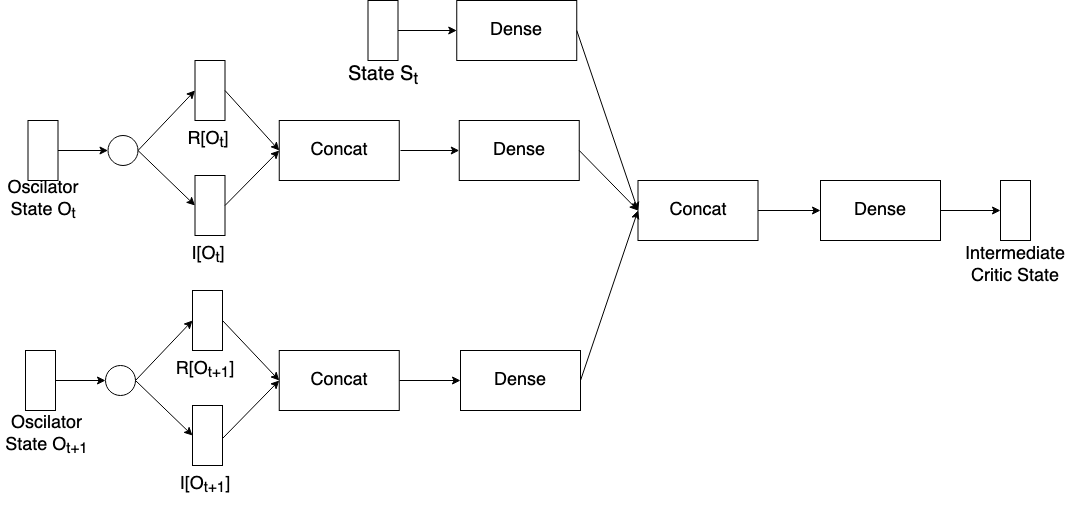
Before: images/critic_state_gen.png, a diagram exported from draw.io (shandilya1998/CPGController). Source tidied: cells renumbered, new cells last; positions are measured from the earlier drawing's top-left corner, leaving out a move shared by most shapes.
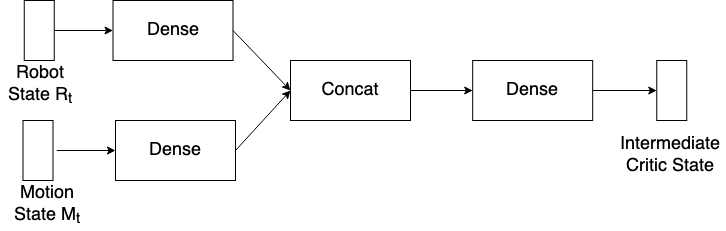
After the commit.

The edit, as a diff of the source:
```diff
@@ -2,140 +2,55 @@
   <root>
     <mxCell id="0" />
     <mxCell id="1" parent="0" />
-    <mxCell id="2" value="&lt;font style=&quot;font-size: 18px&quot;&gt;Oscilator &lt;font style=&quot;font-size: 18px&quot;&gt;State O&lt;sub&gt;t&lt;/sub&gt;&lt;br&gt;&lt;/font&gt;&lt;/font&gt;" style="text;html=1;strokeColor=none;fillColor=none;align=center;verticalAlign=middle;whiteSpace=wrap;rounded=0;" parent="1" vertex="1">
-      <mxGeometry x="2.5" y="180" width="80" height="40" as="geometry" />
+    <mxCell id="2" value="&lt;font style=&quot;font-size: 18px&quot;&gt;Motion State M&lt;sub&gt;t&lt;/sub&gt;&lt;/font&gt;" style="text;html=1;strokeColor=none;fillColor=none;align=center;verticalAlign=middle;whiteSpace=wrap;rounded=0;" parent="1" vertex="1">
+      <mxGeometry x="252.5" y="400" width="80" height="50" as="geometry" />
     </mxCell>
-    <mxCell id="3" style="edgeStyle=orthogonalEdgeStyle;rounded=0;jettySize=auto;html=1;strokeWidth=1;" parent="1" edge="1" source="4" target="12">
-      <mxGeometry relative="1" as="geometry" />
+    <mxCell id="3" style="rounded=0;whiteSpace=wrap;html=1;" parent="1" vertex="1">
+      <mxGeometry x="267.5" y="340" width="30" height="60" as="geometry" />
     </mxCell>
-    <mxCell id="4" style="rounded=0;whiteSpace=wrap;html=1;" parent="1" vertex="1">
-      <mxGeometry x="27.5" y="120" width="30" height="60" as="geometry" />
+    <mxCell id="4" style="edgeStyle=orthogonalEdgeStyle;rounded=0;jettySize=auto;html=1;strokeWidth=1;" parent="1" edge="1" source="5" target="6">
+      <mxGeometry relative="1" as="geometry" />
     </mxCell>
-    <mxCell id="5" style="edgeStyle=orthogonalEdgeStyle;rounded=0;jettySize=auto;html=1;strokeWidth=1;" parent="1" edge="1" source="6" target="8">
-      <mxGeometry relative="1" as="geometry" />
+    <mxCell id="5" style="rounded=0;whiteSpace=wrap;html=1;" parent="1" vertex="1">
+      <mxGeometry x="268.8" y="220" width="30" height="60" as="geometry" />
     </mxCell>
-    <mxCell id="6" style="rounded=0;whiteSpace=wrap;html=1;" parent="1" vertex="1">
-      <mxGeometry x="367.5" width="30" height="60" as="geometry" />
+    <mxCell id="6" value="&lt;font style=&quot;font-size: 18px&quot;&gt;Dense&lt;/font&gt;" style="rounded=0;whiteSpace=wrap;html=1;" parent="1" vertex="1">
+      <mxGeometry x="357.5" y="220" width="120" height="60" as="geometry" />
     </mxCell>
-    <mxCell id="7" value="&lt;font style=&quot;font-size: 20px&quot;&gt;State&lt;/font&gt;&lt;font style=&quot;font-size: 20px&quot;&gt; S&lt;sub&gt;t&lt;/sub&gt;&lt;br&gt;&lt;/font&gt;" style="text;html=1;strokeColor=none;fillColor=none;align=center;verticalAlign=middle;whiteSpace=wrap;rounded=0;" parent="1" vertex="1">
-      <mxGeometry x="343.8" y="60" width="77.5" height="30" as="geometry" />
+    <mxCell id="7" value="&lt;font style=&quot;font-size: 18px&quot;&gt;Dense&lt;/font&gt;" style="rounded=0;whiteSpace=wrap;html=1;" parent="1" vertex="1">
+      <mxGeometry x="360" y="340" width="120" height="60" as="geometry" />
     </mxCell>
-    <mxCell id="8" value="&lt;font style=&quot;font-size: 18px&quot;&gt;Dense&lt;/font&gt;" style="rounded=0;whiteSpace=wrap;html=1;" parent="1" vertex="1">
-      <mxGeometry x="456.2" width="120" height="60" as="geometry" />
+    <mxCell id="8" style="edgeStyle=orthogonalEdgeStyle;rounded=0;jettySize=auto;html=1;strokeWidth=1;" parent="1" edge="1" target="7">
+      <mxGeometry relative="1" as="geometry">
+        <mxPoint x="301.2" y="370" as="sourcePoint" />
+      </mxGeometry>
     </mxCell>
-    <mxCell id="9" value="&lt;font style=&quot;font-size: 18px&quot;&gt;Dense&lt;/font&gt;" style="rounded=0;whiteSpace=wrap;html=1;" parent="1" vertex="1">
-      <mxGeometry x="458.8" y="120" width="120" height="60" as="geometry" />
+    <mxCell id="9" style="edgeStyle=orthogonalEdgeStyle;rounded=0;jettySize=auto;html=1;strokeWidth=1;" parent="1" edge="1" source="10" target="14">
+      <mxGeometry relative="1" as="geometry" />
     </mxCell>
-    <mxCell id="10" value="&lt;font style=&quot;font-size: 18px&quot;&gt;R[&lt;font style=&quot;font-size: 18px&quot;&gt;O&lt;sub&gt;t&lt;/sub&gt;]&lt;br&gt;&lt;/font&gt;&lt;/font&gt;" style="text;html=1;strokeColor=none;fillColor=none;align=center;verticalAlign=middle;whiteSpace=wrap;rounded=0;" parent="1" vertex="1">
-      <mxGeometry x="167.5" y="120" width="80" height="40" as="geometry" />
+    <mxCell id="10" value="&lt;font style=&quot;font-size: 18px&quot;&gt;Concat&lt;/font&gt;" style="rounded=0;whiteSpace=wrap;html=1;" parent="1" vertex="1">
+      <mxGeometry x="535" y="280" width="120" height="60" as="geometry" />
     </mxCell>
-    <mxCell id="11" style="rounded=0;whiteSpace=wrap;html=1;" parent="1" vertex="1">
-      <mxGeometry x="194.5" y="60" width="30" height="60" as="geometry" />
+    <mxCell id="11" style="endArrow=classic;html=1;strokeWidth=1;exitX=1;exitY=0.5;exitDx=0;exitDy=0;entryX=0;entryY=0.5;entryDx=0;entryDy=0;" parent="1" edge="1" source="6" target="10">
+      <mxGeometry relative="1" as="geometry" />
     </mxCell>
-    <mxCell id="12" style="ellipse;whiteSpace=wrap;html=1;" parent="1" vertex="1">
-      <mxGeometry x="107.5" y="135" width="30" height="30" as="geometry" />
+    <mxCell id="12" style="endArrow=classic;html=1;strokeWidth=1;exitX=1;exitY=0.5;exitDx=0;exitDy=0;entryX=0;entryY=0.5;entryDx=0;entryDy=0;" parent="1" edge="1" source="7" target="10">
+      <mxGeometry relative="1" as="geometry" />
     </mxCell>
-    <mxCell id="13" value="&lt;font style=&quot;font-size: 18px&quot;&gt;I[&lt;font style=&quot;font-size: 18px&quot;&gt;O&lt;sub&gt;t&lt;/sub&gt;]&lt;br&gt;&lt;/font&gt;&lt;/font&gt;" style="text;html=1;strokeColor=none;fillColor=none;align=center;verticalAlign=middle;whiteSpace=wrap;rounded=0;" parent="1" vertex="1">
-      <mxGeometry x="167.5" y="235" width="80" height="40" as="geometry" />
+    <mxCell id="13" style="edgeStyle=orthogonalEdgeStyle;rounded=0;jettySize=auto;html=1;strokeWidth=1;" parent="1" edge="1" source="14" target="15">
+      <mxGeometry relative="1" as="geometry" />
     </mxCell>
-    <mxCell id="14" style="rounded=0;whiteSpace=wrap;html=1;" parent="1" vertex="1">
-      <mxGeometry x="194.5" y="175" width="30" height="60" as="geometry" />
+    <mxCell id="14" value="&lt;font style=&quot;font-size: 18px&quot;&gt;Dense&lt;/font&gt;" style="rounded=0;whiteSpace=wrap;html=1;" parent="1" vertex="1">
+      <mxGeometry x="717.2" y="280" width="120" height="60" as="geometry" />
     </mxCell>
-    <mxCell id="15" style="endArrow=classic;html=1;strokeWidth=1;exitX=1;exitY=0.5;exitDx=0;exitDy=0;entryX=0;entryY=0.5;entryDx=0;entryDy=0;" parent="1" edge="1" source="12" target="11">
-      <mxGeometry relative="1" as="geometry" />
+    <mxCell id="15" style="rounded=0;whiteSpace=wrap;html=1;" parent="1" vertex="1">
+      <mxGeometry x="901.2" y="280" width="30" height="60" as="geometry" />
     </mxCell>
-    <mxCell id="16" style="endArrow=classic;html=1;strokeWidth=1;exitX=1;exitY=0.5;exitDx=0;exitDy=0;entryX=0;entryY=0.5;entryDx=0;entryDy=0;" parent="1" edge="1" source="12" target="14">
-      <mxGeometry relative="1" as="geometry" />
+    <mxCell id="16" value="&lt;font style=&quot;font-size: 18px&quot;&gt;Intermediate Critic State&lt;br&gt;&lt;/font&gt;" style="text;html=1;strokeColor=none;fillColor=none;align=center;verticalAlign=middle;whiteSpace=wrap;rounded=0;" parent="1" vertex="1">
+      <mxGeometry x="860" y="350" width="110" height="50" as="geometry" />
     </mxCell>
-    <mxCell id="17" value="&lt;font style=&quot;font-size: 18px&quot;&gt;Oscilator &lt;font style=&quot;font-size: 18px&quot;&gt;State O&lt;sub&gt;t+1&lt;/sub&gt;&lt;br&gt;&lt;/font&gt;&lt;/font&gt;" style="text;html=1;strokeColor=none;fillColor=none;align=center;verticalAlign=middle;whiteSpace=wrap;rounded=0;" parent="1" vertex="1">
-      <mxGeometry y="410" width="92.5" height="50" as="geometry" />
+    <mxCell id="17" value="&lt;font style=&quot;font-size: 18px&quot;&gt;Robot State R&lt;sub&gt;t&lt;/sub&gt;&lt;/font&gt;" style="text;html=1;strokeColor=none;fillColor=none;align=center;verticalAlign=middle;whiteSpace=wrap;rounded=0;" parent="1" vertex="1">
+      <mxGeometry x="245" y="280" width="80" height="50" as="geometry" />
     </mxCell>
-    <mxCell id="18" style="edgeStyle=orthogonalEdgeStyle;rounded=0;jettySize=auto;html=1;strokeWidth=1;" parent="1" edge="1" source="19" target="22">
-      <mxGeometry relative="1" as="geometry" />
-    </mxCell>
-    <mxCell id="19" style="rounded=0;whiteSpace=wrap;html=1;" parent="1" vertex="1">
-      <mxGeometry x="25" y="350" width="30" height="60" as="geometry" />
-    </mxCell>
-    <mxCell id="20" value="&lt;font style=&quot;font-size: 18px&quot;&gt;R[&lt;font style=&quot;font-size: 18px&quot;&gt;O&lt;sub&gt;t+1&lt;/sub&gt;]&lt;br&gt;&lt;/font&gt;&lt;/font&gt;" style="text;html=1;strokeColor=none;fillColor=none;align=center;verticalAlign=middle;whiteSpace=wrap;rounded=0;" parent="1" vertex="1">
-      <mxGeometry x="165" y="350" width="80" height="40" as="geometry" />
-    </mxCell>
-    <mxCell id="21" style="rounded=0;whiteSpace=wrap;html=1;" parent="1" vertex="1">
-      <mxGeometry x="192" y="290" width="30" height="60" as="geometry" />
-    </mxCell>
-    <mxCell id="22" style="ellipse;whiteSpace=wrap;html=1;" parent="1" vertex="1">
-      <mxGeometry x="105" y="365" width="30" height="30" as="geometry" />
-    </mxCell>
-    <mxCell id="23" value="&lt;font style=&quot;font-size: 18px&quot;&gt;I[&lt;font style=&quot;font-size: 18px&quot;&gt;O&lt;sub&gt;t+1&lt;/sub&gt;]&lt;br&gt;&lt;/font&gt;&lt;/font&gt;" style="text;html=1;strokeColor=none;fillColor=none;align=center;verticalAlign=middle;whiteSpace=wrap;rounded=0;" parent="1" vertex="1">
-      <mxGeometry x="165" y="465" width="80" height="40" as="geometry" />
-    </mxCell>
-    <mxCell id="24" style="rounded=0;whiteSpace=wrap;html=1;" parent="1" vertex="1">
-      <mxGeometry x="192" y="405" width="30" height="60" as="geometry" />
-    </mxCell>
-    <mxCell id="25" style="endArrow=classic;html=1;strokeWidth=1;exitX=1;exitY=0.5;exitDx=0;exitDy=0;entryX=0;entryY=0.5;entryDx=0;entryDy=0;" parent="1" edge="1" source="22" target="21">
-      <mxGeometry relative="1" as="geometry" />
-    </mxCell>
-    <mxCell id="26" style="endArrow=classic;html=1;strokeWidth=1;exitX=1;exitY=0.5;exitDx=0;exitDy=0;entryX=0;entryY=0.5;entryDx=0;entryDy=0;" parent="1" edge="1" source="22" target="24">
-      <mxGeometry relative="1" as="geometry" />
-    </mxCell>
-    <mxCell id="27" value="&lt;font style=&quot;font-size: 18px&quot;&gt;Concat&lt;/font&gt;" style="rounded=0;whiteSpace=wrap;html=1;" parent="1" vertex="1">
-      <mxGeometry x="278.8" y="120" width="120" height="60" as="geometry" />
-    </mxCell>
-    <mxCell id="28" style="endArrow=classic;html=1;strokeWidth=1;exitX=1;exitY=0.5;exitDx=0;exitDy=0;entryX=0;entryY=0.5;entryDx=0;entryDy=0;" parent="1" edge="1" source="11" target="27">
-      <mxGeometry relative="1" as="geometry" />
-    </mxCell>
-    <mxCell id="29" style="endArrow=classic;html=1;strokeWidth=1;exitX=1;exitY=0.5;exitDx=0;exitDy=0;entryX=0;entryY=0.5;entryDx=0;entryDy=0;" parent="1" edge="1" source="14" target="27">
-      <mxGeometry relative="1" as="geometry" />
-    </mxCell>
-    <mxCell id="30" style="edgeStyle=orthogonalEdgeStyle;rounded=0;jettySize=auto;html=1;strokeWidth=1;" parent="1" edge="1" source="31">
-      <mxGeometry relative="1" as="geometry">
-        <mxPoint x="460" y="380" as="targetPoint" />
-      </mxGeometry>
-    </mxCell>
-    <mxCell id="31" value="&lt;font style=&quot;font-size: 18px&quot;&gt;Concat&lt;/font&gt;" style="rounded=0;whiteSpace=wrap;html=1;" parent="1" vertex="1">
-      <mxGeometry x="278.8" y="350" width="120" height="60" as="geometry" />
-    </mxCell>
-    <mxCell id="32" style="endArrow=classic;html=1;strokeWidth=1;exitX=1;exitY=0.5;exitDx=0;exitDy=0;entryX=0;entryY=0.5;entryDx=0;entryDy=0;" parent="1" edge="1" source="21" target="31">
-      <mxGeometry relative="1" as="geometry" />
-    </mxCell>
-    <mxCell id="33" style="endArrow=classic;html=1;strokeWidth=1;entryX=0;entryY=0.5;entryDx=0;entryDy=0;" parent="1" edge="1" target="31">
-      <mxGeometry relative="1" as="geometry">
-        <mxPoint x="222" y="438" as="sourcePoint" />
-      </mxGeometry>
-    </mxCell>
-    <mxCell id="34" style="edgeStyle=orthogonalEdgeStyle;rounded=0;jettySize=auto;html=1;strokeWidth=1;" parent="1" edge="1" target="9">
-      <mxGeometry relative="1" as="geometry">
-        <mxPoint x="400" y="150" as="sourcePoint" />
-      </mxGeometry>
-    </mxCell>
-    <mxCell id="35" value="&lt;font style=&quot;font-size: 18px&quot;&gt;Dense&lt;/font&gt;" style="rounded=0;whiteSpace=wrap;html=1;" parent="1" vertex="1">
-      <mxGeometry x="460" y="350" width="120" height="60" as="geometry" />
-    </mxCell>
-    <mxCell id="36" style="edgeStyle=orthogonalEdgeStyle;rounded=0;jettySize=auto;html=1;strokeWidth=1;" parent="1" edge="1" source="37" target="42">
-      <mxGeometry relative="1" as="geometry" />
-    </mxCell>
-    <mxCell id="37" value="&lt;font style=&quot;font-size: 18px&quot;&gt;Concat&lt;/font&gt;" style="rounded=0;whiteSpace=wrap;html=1;" parent="1" vertex="1">
-      <mxGeometry x="637.5" y="180" width="120" height="60" as="geometry" />
-    </mxCell>
-    <mxCell id="38" style="endArrow=classic;html=1;strokeWidth=1;exitX=1;exitY=0.5;exitDx=0;exitDy=0;entryX=0;entryY=0.5;entryDx=0;entryDy=0;" parent="1" edge="1" source="8" target="37">
-      <mxGeometry relative="1" as="geometry" />
-    </mxCell>
-    <mxCell id="39" style="endArrow=classic;html=1;strokeWidth=1;exitX=1;exitY=0.5;exitDx=0;exitDy=0;entryX=0;entryY=0.5;entryDx=0;entryDy=0;" parent="1" edge="1" source="9" target="37">
-      <mxGeometry relative="1" as="geometry" />
-    </mxCell>
-    <mxCell id="40" style="endArrow=classic;html=1;strokeWidth=1;exitX=1;exitY=0.5;exitDx=0;exitDy=0;entryX=0;entryY=0.5;entryDx=0;entryDy=0;" parent="1" edge="1" source="35" target="37">
-      <mxGeometry relative="1" as="geometry" />
-    </mxCell>
-    <mxCell id="41" style="edgeStyle=orthogonalEdgeStyle;rounded=0;jettySize=auto;html=1;strokeWidth=1;" parent="1" edge="1" source="42" target="43">
-      <mxGeometry relative="1" as="geometry" />
-    </mxCell>
-    <mxCell id="42" value="&lt;font style=&quot;font-size: 18px&quot;&gt;Dense&lt;/font&gt;" style="rounded=0;whiteSpace=wrap;html=1;" parent="1" vertex="1">
-      <mxGeometry x="820" y="180" width="120" height="60" as="geometry" />
-    </mxCell>
-    <mxCell id="43" style="rounded=0;whiteSpace=wrap;html=1;" parent="1" vertex="1">
-      <mxGeometry x="1000" y="180" width="30" height="60" as="geometry" />
-    </mxCell>
-    <mxCell id="44" value="&lt;font style=&quot;font-size: 18px&quot;&gt;Intermediate Critic State&lt;br&gt;&lt;/font&gt;" style="text;html=1;strokeColor=none;fillColor=none;align=center;verticalAlign=middle;whiteSpace=wrap;rounded=0;" parent="1" vertex="1">
-      <mxGeometry x="960" y="240" width="110" height="50" as="geometry" />
-    </mxCell>
   </root>
 </mxGraphModel>
```
